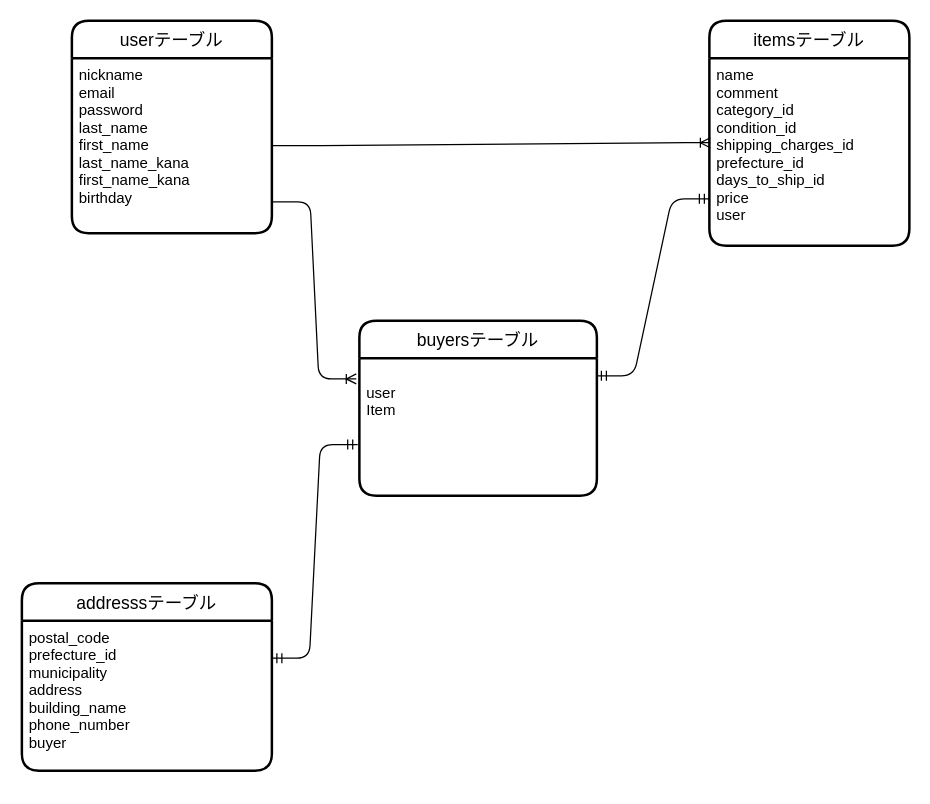
The draw.io diagram furima.dio in errorseiya/furima-32603, before the edit. Source tidied: cells renumbered, new cells numbered last; positions are measured from the earlier drawing's top-left corner, leaving out a move shared by most shapes. Both pictures are drawn from the tidied source at 125%, with x=0, y=0 at pixel (21, 20).
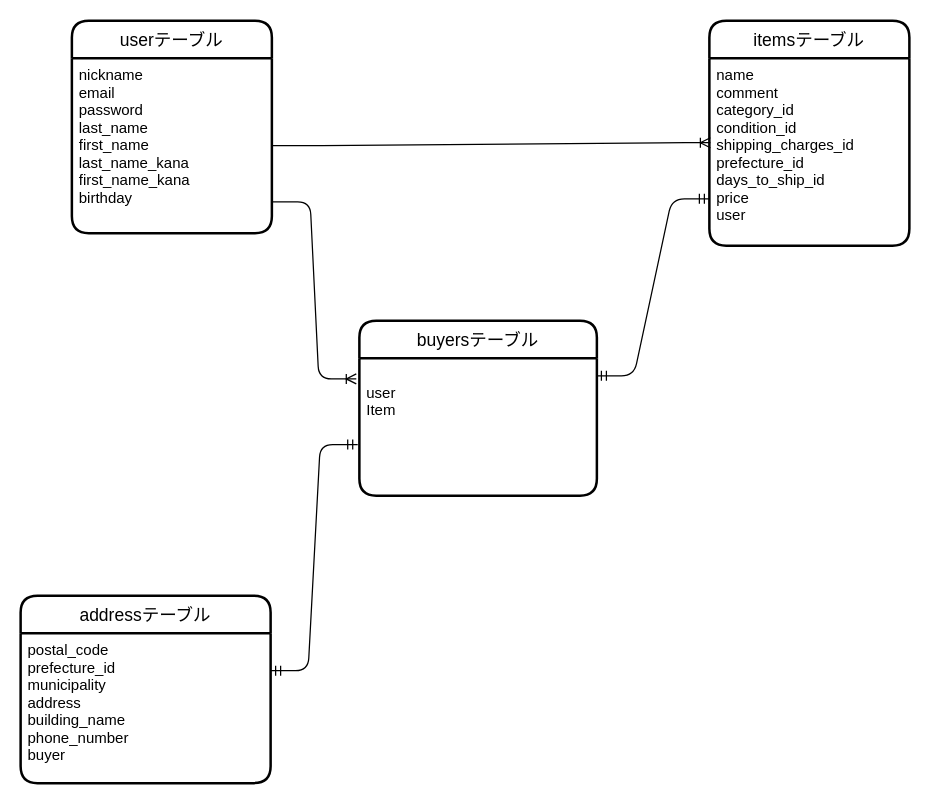
After the change.

Commit message (it also covers changes not shown here):
db設計を微調整

The edit, as a diff of the source:
```diff
@@
 <mxGraphModel>
   <root>
     <mxCell id="0" />
     <mxCell id="1" parent="0" />
     <mxCell id="2" value="userテーブル" style="swimlane;horizontal=1;startSize=30;rounded=1;fontSize=14;fontStyle=0;strokeWidth=2;shadow=0;dashed=0;align=center;" parent="1" vertex="1">
       <mxGeometry x="40" width="160" height="170" as="geometry" />
     </mxCell>
     <mxCell id="3" value="nickname&#10;email &#10;password   &#10;last_name&#10;first_name&#10;last_name_kana&#10;first_name_kana&#10;birthday" style="align=left;strokeColor=none;fillColor=none;spacingLeft=4;fontSize=12;verticalAlign=top;" parent="2" vertex="1">
       <mxGeometry y="30" width="160" height="140" as="geometry" />
     </mxCell>
     <mxCell id="4" value="itemsテーブル" style="swimlane;horizontal=1;startSize=30;rounded=1;fontSize=14;fontStyle=0;strokeWidth=2;shadow=0;dashed=0;align=center;" parent="1" vertex="1">
       <mxGeometry x="550" width="160" height="180" as="geometry" />
     </mxCell>
     <mxCell id="5" value="name&#10;comment&#10;category_id&#10;condition_id&#10;shipping_charges_id&#10;prefecture_id&#10;days_to_ship_id&#10;price&#10;user" style="align=left;strokeColor=none;fillColor=none;spacingLeft=4;fontSize=12;verticalAlign=top;" parent="4" vertex="1">
       <mxGeometry y="30" width="160" height="150" as="geometry" />
     </mxCell>
-    <mxCell id="6" value="addresssテーブル" style="swimlane;horizontal=1;startSize=30;rounded=1;fontSize=14;fontStyle=0;strokeWidth=2;shadow=0;dashed=0;align=center;" parent="1" vertex="1">
-      <mxGeometry y="450" width="200" height="150" as="geometry" />
+    <mxCell id="6" value="addressテーブル" style="swimlane;horizontal=1;startSize=30;rounded=1;fontSize=14;fontStyle=0;strokeWidth=2;shadow=0;dashed=0;align=center;" parent="1" vertex="1">
+      <mxGeometry x="-1" y="460" width="200" height="150" as="geometry" />
     </mxCell>
     <mxCell id="7" value="postal_code&#10;prefecture_id&#10;municipality&#10;address&#10;building_name&#10;phone_number&#10;buyer" style="align=left;strokeColor=none;fillColor=none;spacingLeft=4;fontSize=12;verticalAlign=top;" parent="6" vertex="1">
       <mxGeometry y="30" width="200" height="120" as="geometry" />
     </mxCell>
     <mxCell id="8" value="buyersテーブル" style="swimlane;horizontal=1;startSize=30;rounded=1;fontSize=14;fontStyle=0;strokeWidth=2;shadow=0;dashed=0;align=center;" parent="1" vertex="1">
       <mxGeometry x="270" y="240" width="190" height="140" as="geometry" />
     </mxCell>
     <mxCell id="9" value="&#10;user&#10;Item" style="align=left;strokeColor=none;fillColor=none;spacingLeft=4;fontSize=12;verticalAlign=top;" parent="8" vertex="1">
       <mxGeometry y="30" width="190" height="110" as="geometry" />
     </mxCell>
     <mxCell id="10" style="edgeStyle=entityRelationEdgeStyle;fontSize=12;html=1;endArrow=ERoneToMany;entryX=0.005;entryY=0.451;entryDx=0;entryDy=0;entryPerimeter=0;" parent="1" edge="1" target="5">
       <mxGeometry relative="1" as="geometry">
         <mxPoint x="200" y="100" as="sourcePoint" />
       </mxGeometry>
     </mxCell>
     <mxCell id="11" style="edgeStyle=entityRelationEdgeStyle;fontSize=12;html=1;endArrow=ERoneToMany;entryX=-0.013;entryY=0.151;entryDx=0;entryDy=0;entryPerimeter=0;exitX=1.004;exitY=0.822;exitDx=0;exitDy=0;exitPerimeter=0;" parent="1" edge="1" source="3" target="9">
       <mxGeometry relative="1" as="geometry" />
     </mxCell>
     <mxCell id="12" style="edgeStyle=entityRelationEdgeStyle;fontSize=12;html=1;endArrow=ERmandOne;startArrow=ERmandOne;entryX=-0.007;entryY=0.629;entryDx=0;entryDy=0;entryPerimeter=0;exitX=1;exitY=0.25;exitDx=0;exitDy=0;" parent="1" edge="1" source="7" target="9">
       <mxGeometry relative="1" as="geometry" />
     </mxCell>
     <mxCell id="13" style="edgeStyle=entityRelationEdgeStyle;fontSize=12;html=1;endArrow=ERmandOne;startArrow=ERmandOne;entryX=0;entryY=0.75;entryDx=0;entryDy=0;exitX=0.998;exitY=0.129;exitDx=0;exitDy=0;exitPerimeter=0;" parent="1" edge="1" source="9" target="5">
       <mxGeometry relative="1" as="geometry" />
     </mxCell>
   </root>
 </mxGraphModel>
```
